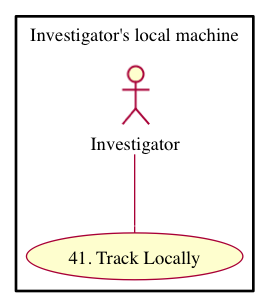
Earlier version of the PlantUML export docs/use-cases/provenance/images/use-case-41.png (DataONEorg/sem-prov-design).
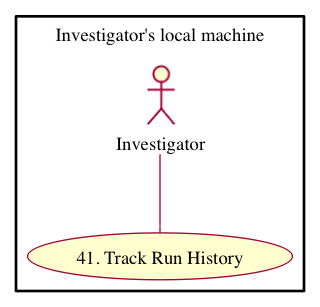
After the commit.

Commit message:
Minor formatting changes to the use case text. Get UC 42 to render the use case image.

Change to the diagram source:
```diff
@@ -1,7 +1,7 @@
 @startuml images/use-case-41.png
     package "Investigator's local machine" {
     actor "Investigator" as client
-    usecase "41. Track Locally" as record
+    usecase "41. Track Run History" as record
     client -- record
     }
 @enduml
```
